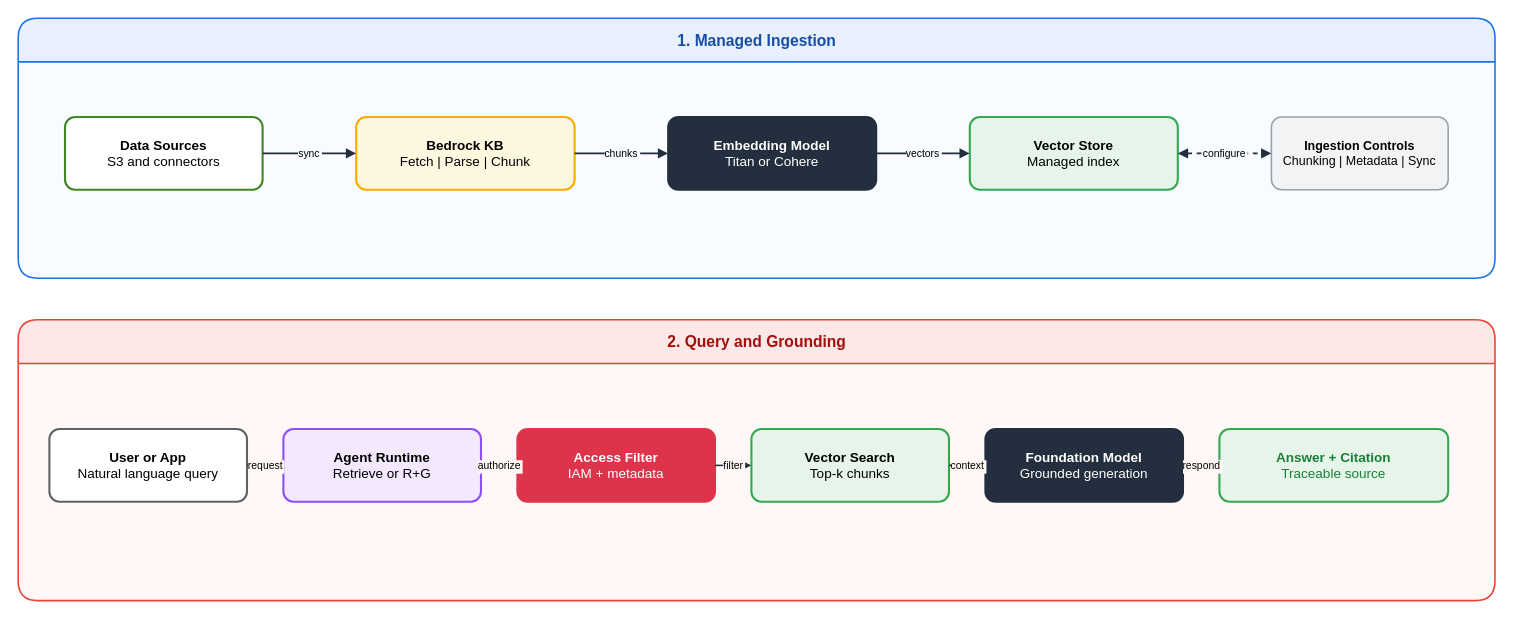
This is assets/img/aws/bedrock-kb-architecture.drawio from KKamJi98/kkamji98.github.io, a draw.io file, before an edit. Source tidied: cells renumbered, new cells numbered last; positions are measured from the earlier drawing's top-left corner, leaving out a move shared by most shapes. Both pictures are drawn from the tidied source at 104%, with x=0, y=0 at pixel (18, 18).
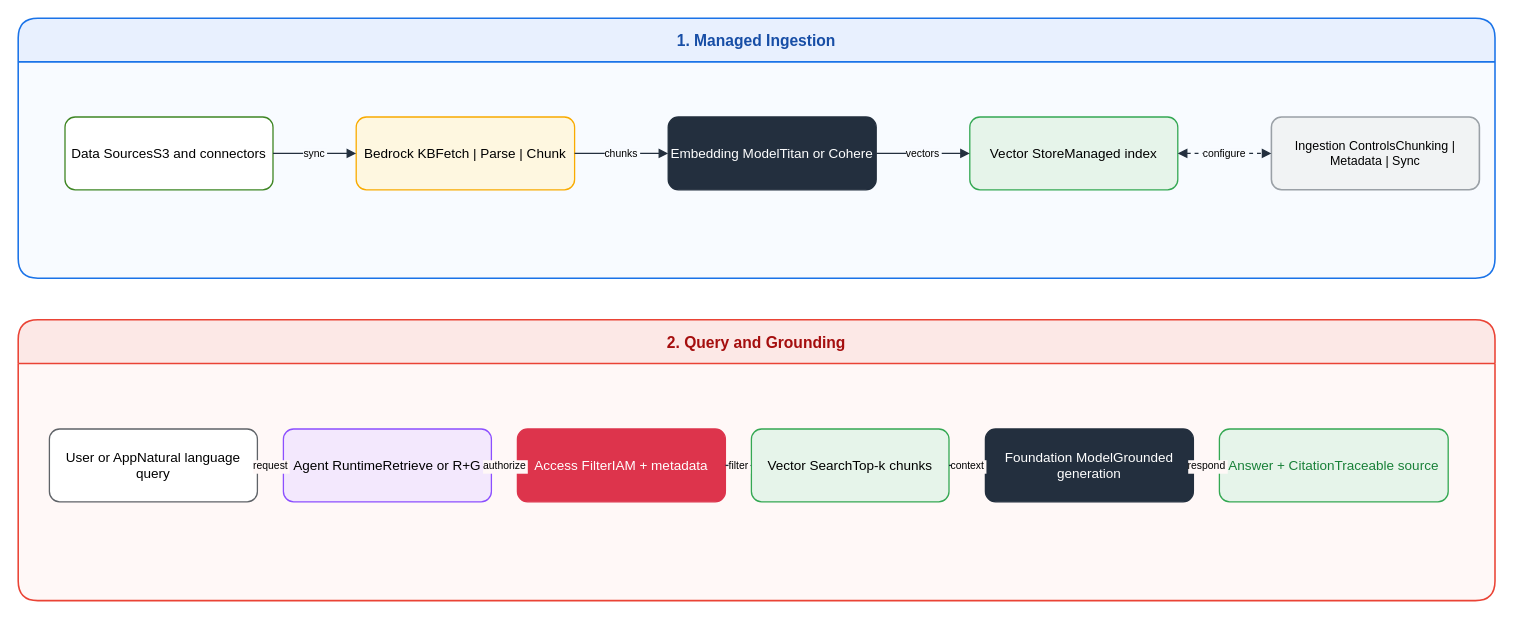
The same diagram, later.

The edit, as a diff of the source:
```diff
@@
-    <mxCell id="2" value="&lt;font style=&quot;color: rgb(23, 78, 166);&quot;&gt;1. Managed Ingestion&lt;/font&gt;" style="swimlane;html=1;rounded=1;startSize=42;fillColor=#E8F0FE;swimlaneFillColor=#F8FBFF;strokeColor=#1A73E8;strokeWidth=1.5;fontSize=15;fontStyle=1;fontColor=#174EA6;shadow=0;" parent="1" vertex="1">
+    <mxCell id="2" value="1. Managed Ingestion" style="swimlane;html=0;rounded=1;startSize=42;fillColor=#E8F0FE;swimlaneFillColor=#F8FBFF;strokeColor=#1A73E8;strokeWidth=1.5;fontSize=15;fontStyle=1;fontColor=#174EA6;shadow=0;" parent="1" vertex="1">
       <mxGeometry width="1420" height="250" as="geometry" />
     </mxCell>
-    <mxCell id="3" value="&lt;font style=&quot;color: rgb(165, 14, 14);&quot;&gt;2. Query and Grounding&lt;/font&gt;" style="swimlane;html=1;rounded=1;startSize=42;fillColor=#FCE8E6;swimlaneFillColor=#FFF8F7;strokeColor=#EA4335;strokeWidth=1.5;fontSize=15;fontStyle=1;fontColor=#A50E0E;shadow=0;" parent="1" vertex="1">
+    <mxCell id="3" value="2. Query and Grounding" style="swimlane;html=0;rounded=1;startSize=42;fillColor=#FCE8E6;swimlaneFillColor=#FFF8F7;strokeColor=#EA4335;strokeWidth=1.5;fontSize=15;fontStyle=1;fontColor=#A50E0E;shadow=0;" parent="1" vertex="1">
       <mxGeometry y="290" width="1420" height="270" as="geometry" />
     </mxCell>
-    <mxCell id="4" value="&lt;font style=&quot;color: rgb(0, 0, 0);&quot;&gt;&lt;b&gt;Data Sources&lt;/b&gt;&lt;br&gt;S3 and connectors&lt;/font&gt;" style="rounded=1;arcSize=14;whiteSpace=wrap;html=1;fillColor=#FFFFFF;strokeColor=#3F8624;strokeWidth=2;fontSize=13;fontColor=#000000;shadow=0;" parent="1" vertex="1">
-      <mxGeometry x="45" y="95" width="190" height="70" as="geometry" />
+    <mxCell id="4" value="Data SourcesS3 and connectors" style="rounded=1;arcSize=14;whiteSpace=wrap;html=0;fillColor=#FFFFFF;strokeColor=#3F8624;strokeWidth=1.25;fontSize=13;fontColor=#000000;shadow=0;" parent="1" vertex="1">
+      <mxGeometry x="45" y="95" width="200" height="70" as="geometry" />
     </mxCell>
-    <mxCell id="5" value="&lt;font style=&quot;color: rgb(0, 0, 0);&quot;&gt;&lt;b&gt;Bedrock KB&lt;/b&gt;&lt;br&gt;Fetch | Parse | Chunk&lt;/font&gt;" style="rounded=1;arcSize=14;whiteSpace=wrap;html=1;fillColor=#FEF7E0;strokeColor=#F9AB00;strokeWidth=2;fontSize=13;fontColor=#000000;shadow=0;" parent="1" vertex="1">
+    <mxCell id="5" value="Bedrock KBFetch | Parse | Chunk" style="rounded=1;arcSize=14;whiteSpace=wrap;html=0;fillColor=#FEF7E0;strokeColor=#F9AB00;strokeWidth=1.25;fontSize=13;fontColor=#000000;shadow=0;" parent="1" vertex="1">
       <mxGeometry x="325" y="95" width="210" height="70" as="geometry" />
     </mxCell>
-    <mxCell id="6" value="&lt;font style=&quot;color: rgb(255, 255, 255);&quot;&gt;&lt;b&gt;Embedding Model&lt;/b&gt;&lt;br&gt;Titan or Cohere&lt;/font&gt;" style="rounded=1;arcSize=14;whiteSpace=wrap;html=1;fillColor=#232F3E;strokeColor=#232F3E;strokeWidth=2;fontSize=13;fontColor=#FFFFFF;shadow=0;" parent="1" vertex="1">
+    <mxCell id="6" value="Embedding ModelTitan or Cohere" style="rounded=1;arcSize=14;whiteSpace=wrap;html=0;fillColor=#232F3E;strokeColor=#232F3E;strokeWidth=1.25;fontSize=13;fontColor=#FFFFFF;shadow=0;" parent="1" vertex="1">
       <mxGeometry x="625" y="95" width="200" height="70" as="geometry" />
     </mxCell>
-    <mxCell id="7" value="&lt;font style=&quot;color: rgb(0, 0, 0);&quot;&gt;&lt;b&gt;Vector Store&lt;/b&gt;&lt;br&gt;Managed index&lt;/font&gt;" style="rounded=1;arcSize=14;whiteSpace=wrap;html=1;fillColor=#E6F4EA;strokeColor=#34A853;strokeWidth=2;fontSize=13;fontColor=#000000;shadow=0;" parent="1" vertex="1">
+    <mxCell id="7" value="Vector StoreManaged index" style="rounded=1;arcSize=14;whiteSpace=wrap;html=0;fillColor=#E6F4EA;strokeColor=#34A853;strokeWidth=1.25;fontSize=13;fontColor=#000000;shadow=0;" parent="1" vertex="1">
       <mxGeometry x="915" y="95" width="200" height="70" as="geometry" />
     </mxCell>
-    <mxCell id="8" value="&lt;font style=&quot;color: rgb(0, 0, 0);&quot;&gt;&lt;b&gt;Ingestion Controls&lt;/b&gt;&lt;br&gt;Chunking | Metadata | Sync&lt;/font&gt;" style="rounded=1;arcSize=14;whiteSpace=wrap;html=1;fillColor=#F1F3F4;strokeColor=#9AA0A6;strokeWidth=1.5;fontSize=12;fontColor=#000000;shadow=0;" parent="1" vertex="1">
-      <mxGeometry x="1205" y="95" width="170" height="70" as="geometry" />
+    <mxCell id="8" value="Ingestion ControlsChunking | Metadata | Sync" style="rounded=1;arcSize=14;whiteSpace=wrap;html=0;fillColor=#F1F3F4;strokeColor=#9AA0A6;strokeWidth=1.5;fontSize=12;fontColor=#000000;shadow=0;" parent="1" vertex="1">
+      <mxGeometry x="1205" y="95" width="200" height="70" as="geometry" />
     </mxCell>
-    <mxCell id="9" value="&lt;font style=&quot;color: rgb(0, 0, 0);&quot;&gt;&lt;b&gt;User or App&lt;/b&gt;&lt;br&gt;Natural language query&lt;/font&gt;" style="rounded=1;arcSize=14;whiteSpace=wrap;html=1;fillColor=#FFFFFF;strokeColor=#5F6368;strokeWidth=2;fontSize=13;fontColor=#000000;shadow=0;" parent="1" vertex="1">
-      <mxGeometry x="30" y="395" width="190" height="70" as="geometry" />
+    <mxCell id="9" value="User or AppNatural language query" style="rounded=1;arcSize=14;whiteSpace=wrap;html=0;fillColor=#FFFFFF;strokeColor=#5F6368;strokeWidth=1.25;fontSize=13;fontColor=#000000;shadow=0;" parent="1" vertex="1">
+      <mxGeometry x="30" y="395" width="200" height="70" as="geometry" />
     </mxCell>
-    <mxCell id="10" value="&lt;font style=&quot;color: rgb(0, 0, 0);&quot;&gt;&lt;b&gt;Agent Runtime&lt;/b&gt;&lt;br&gt;Retrieve or R+G&lt;/font&gt;" style="rounded=1;arcSize=14;whiteSpace=wrap;html=1;fillColor=#F3E8FD;strokeColor=#8C4FFF;strokeWidth=2;fontSize=13;fontColor=#000000;shadow=0;" parent="1" vertex="1">
-      <mxGeometry x="255" y="395" width="190" height="70" as="geometry" />
+    <mxCell id="10" value="Agent RuntimeRetrieve or R+G" style="rounded=1;arcSize=14;whiteSpace=wrap;html=0;fillColor=#F3E8FD;strokeColor=#8C4FFF;strokeWidth=1.25;fontSize=13;fontColor=#000000;shadow=0;" parent="1" vertex="1">
+      <mxGeometry x="255" y="395" width="200" height="70" as="geometry" />
     </mxCell>
-    <mxCell id="11" value="&lt;font style=&quot;color: rgb(255, 255, 255);&quot;&gt;&lt;b&gt;Access Filter&lt;/b&gt;&lt;br&gt;IAM + metadata&lt;/font&gt;" style="rounded=1;arcSize=14;whiteSpace=wrap;html=1;fillColor=#DD344C;strokeColor=#DD344C;strokeWidth=2;fontSize=13;fontColor=#FFFFFF;shadow=0;" parent="1" vertex="1">
-      <mxGeometry x="480" y="395" width="190" height="70" as="geometry" />
+    <mxCell id="11" value="Access FilterIAM + metadata" style="rounded=1;arcSize=14;whiteSpace=wrap;html=0;fillColor=#DD344C;strokeColor=#DD344C;strokeWidth=1.25;fontSize=13;fontColor=#FFFFFF;shadow=0;" parent="1" vertex="1">
+      <mxGeometry x="480" y="395" width="200" height="70" as="geometry" />
     </mxCell>
-    <mxCell id="12" value="&lt;font style=&quot;color: rgb(0, 0, 0);&quot;&gt;&lt;b&gt;Vector Search&lt;/b&gt;&lt;br&gt;Top-k chunks&lt;/font&gt;" style="rounded=1;arcSize=14;whiteSpace=wrap;html=1;fillColor=#E6F4EA;strokeColor=#34A853;strokeWidth=2;fontSize=13;fontColor=#000000;shadow=0;" parent="1" vertex="1">
+    <mxCell id="12" value="Vector SearchTop-k chunks" style="rounded=1;arcSize=14;whiteSpace=wrap;html=0;fillColor=#E6F4EA;strokeColor=#34A853;strokeWidth=1.25;fontSize=13;fontColor=#000000;shadow=0;" parent="1" vertex="1">
       <mxGeometry x="705" y="395" width="190" height="70" as="geometry" />
     </mxCell>
-    <mxCell id="13" value="&lt;font style=&quot;color: rgb(255, 255, 255);&quot;&gt;&lt;b&gt;Foundation Model&lt;/b&gt;&lt;br&gt;Grounded generation&lt;/font&gt;" style="rounded=1;arcSize=14;whiteSpace=wrap;html=1;fillColor=#232F3E;strokeColor=#232F3E;strokeWidth=2;fontSize=13;fontColor=#FFFFFF;shadow=0;" parent="1" vertex="1">
-      <mxGeometry x="930" y="395" width="190" height="70" as="geometry" />
+    <mxCell id="13" value="Foundation ModelGrounded generation" style="rounded=1;arcSize=14;whiteSpace=wrap;html=0;fillColor=#232F3E;strokeColor=#232F3E;strokeWidth=1.25;fontSize=13;fontColor=#FFFFFF;shadow=0;" parent="1" vertex="1">
+      <mxGeometry x="930" y="395" width="200" height="70" as="geometry" />
     </mxCell>
-    <mxCell id="14" value="&lt;font style=&quot;color: rgb(24, 128, 56);&quot;&gt;&lt;b&gt;Answer + Citation&lt;/b&gt;&lt;br&gt;Traceable source&lt;/font&gt;" style="rounded=1;arcSize=14;whiteSpace=wrap;html=1;fillColor=#E6F4EA;strokeColor=#34A853;strokeWidth=2;fontSize=13;fontColor=#188038;shadow=0;" parent="1" vertex="1">
+    <mxCell id="14" value="Answer + CitationTraceable source" style="rounded=1;arcSize=14;whiteSpace=wrap;html=0;fillColor=#E6F4EA;strokeColor=#34A853;strokeWidth=1.25;fontSize=13;fontColor=#188038;shadow=0;" parent="1" vertex="1">
       <mxGeometry x="1155" y="395" width="220" height="70" as="geometry" />
     </mxCell>
-    <mxCell id="15" value="sync" style="edgeStyle=orthogonalEdgeStyle;rounded=0;html=0;endArrow=block;strokeColor=#232F3E;strokeWidth=1.5;fontSize=10;fontColor=#000000;labelBackgroundColor=#F8FBFF;" parent="1" edge="1" source="4" target="5">
+    <mxCell id="15" value="sync" style="edgeStyle=orthogonalEdgeStyle;rounded=0;html=0;endArrow=block;strokeColor=#232F3E;strokeWidth=1.25;fontSize=10;fontColor=#000000;labelBackgroundColor=#F8FBFF;" parent="1" edge="1" source="4" target="5">
       <mxGeometry relative="1" as="geometry" />
     </mxCell>
-    <mxCell id="16" value="chunks" style="edgeStyle=orthogonalEdgeStyle;rounded=0;html=0;endArrow=block;strokeColor=#232F3E;strokeWidth=1.5;fontSize=10;fontColor=#000000;labelBackgroundColor=#F8FBFF;" parent="1" edge="1" source="5" target="6">
+    <mxCell id="16" value="chunks" style="edgeStyle=orthogonalEdgeStyle;rounded=0;html=0;endArrow=block;strokeColor=#232F3E;strokeWidth=1.25;fontSize=10;fontColor=#000000;labelBackgroundColor=#F8FBFF;" parent="1" edge="1" source="5" target="6">
       <mxGeometry relative="1" as="geometry" />
     </mxCell>
-    <mxCell id="17" value="vectors" style="edgeStyle=orthogonalEdgeStyle;rounded=0;html=0;endArrow=block;strokeColor=#232F3E;strokeWidth=1.5;fontSize=10;fontColor=#000000;labelBackgroundColor=#F8FBFF;" parent="1" edge="1" source="6" target="7">
+    <mxCell id="17" value="vectors" style="edgeStyle=orthogonalEdgeStyle;rounded=0;html=0;endArrow=block;strokeColor=#232F3E;strokeWidth=1.25;fontSize=10;fontColor=#000000;labelBackgroundColor=#F8FBFF;" parent="1" edge="1" source="6" target="7">
       <mxGeometry relative="1" as="geometry" />
     </mxCell>
-    <mxCell id="18" value="configure" style="edgeStyle=orthogonalEdgeStyle;rounded=0;html=0;startArrow=block;endArrow=block;strokeColor=#232F3E;strokeWidth=1.5;dashed=1;fontSize=10;fontColor=#000000;labelBackgroundColor=#F8FBFF;" parent="1" edge="1" source="7" target="8">
+    <mxCell id="18" value="configure" style="edgeStyle=orthogonalEdgeStyle;rounded=0;html=0;startArrow=block;endArrow=block;strokeColor=#232F3E;strokeWidth=1.25;dashed=1;fontSize=10;fontColor=#000000;labelBackgroundColor=#F8FBFF;" parent="1" edge="1" source="7" target="8">
       <mxGeometry relative="1" as="geometry" />
     </mxCell>
-    <mxCell id="19" value="request" style="edgeStyle=orthogonalEdgeStyle;rounded=0;html=0;endArrow=block;strokeColor=#232F3E;strokeWidth=1.5;fontSize=10;fontColor=#000000;labelBackgroundColor=#FFF8F7;" parent="1" edge="1" source="9" target="10">
+    <mxCell id="19" value="request" style="edgeStyle=orthogonalEdgeStyle;rounded=0;html=0;endArrow=block;strokeColor=#232F3E;strokeWidth=1.25;fontSize=10;fontColor=#000000;labelBackgroundColor=#FFF8F7;" parent="1" edge="1" source="9" target="10">
       <mxGeometry relative="1" as="geometry" />
     </mxCell>
-    <mxCell id="20" value="authorize" style="edgeStyle=orthogonalEdgeStyle;rounded=0;html=0;endArrow=block;strokeColor=#232F3E;strokeWidth=1.5;fontSize=10;fontColor=#000000;labelBackgroundColor=#FFF8F7;" parent="1" edge="1" source="10" target="11">
+    <mxCell id="20" value="authorize" style="edgeStyle=orthogonalEdgeStyle;rounded=0;html=0;endArrow=block;strokeColor=#232F3E;strokeWidth=1.25;fontSize=10;fontColor=#000000;labelBackgroundColor=#FFF8F7;" parent="1" edge="1" source="10" target="11">
       <mxGeometry relative="1" as="geometry" />
     </mxCell>
-    <mxCell id="21" value="filter" style="edgeStyle=orthogonalEdgeStyle;rounded=0;html=0;endArrow=block;strokeColor=#232F3E;strokeWidth=1.5;fontSize=10;fontColor=#000000;labelBackgroundColor=#FFF8F7;" parent="1" edge="1" source="11" target="12">
+    <mxCell id="21" value="filter" style="edgeStyle=orthogonalEdgeStyle;rounded=0;html=0;endArrow=block;strokeColor=#232F3E;strokeWidth=1.25;fontSize=10;fontColor=#000000;labelBackgroundColor=#FFF8F7;" parent="1" edge="1" source="11" target="12">
       <mxGeometry relative="1" as="geometry" />
     </mxCell>
-    <mxCell id="22" value="context" style="edgeStyle=orthogonalEdgeStyle;rounded=0;html=0;endArrow=block;strokeColor=#232F3E;strokeWidth=1.5;fontSize=10;fontColor=#000000;labelBackgroundColor=#FFF8F7;" parent="1" edge="1" source="12" target="13">
+    <mxCell id="22" value="context" style="edgeStyle=orthogonalEdgeStyle;rounded=0;html=0;endArrow=block;strokeColor=#232F3E;strokeWidth=1.25;fontSize=10;fontColor=#000000;labelBackgroundColor=#FFF8F7;" parent="1" edge="1" source="12" target="13">
       <mxGeometry relative="1" as="geometry" />
     </mxCell>
-    <mxCell id="23" value="respond" style="edgeStyle=orthogonalEdgeStyle;rounded=0;html=0;endArrow=block;strokeColor=#232F3E;strokeWidth=1.5;fontSize=10;fontColor=#000000;labelBackgroundColor=#FFF8F7;" parent="1" edge="1" source="13" target="14">
+    <mxCell id="23" value="respond" style="edgeStyle=orthogonalEdgeStyle;rounded=0;html=0;endArrow=block;strokeColor=#232F3E;strokeWidth=1.25;fontSize=10;fontColor=#000000;labelBackgroundColor=#FFF8F7;" parent="1" edge="1" source="13" target="14">
       <mxGeometry relative="1" as="geometry" />
     </mxCell>
```
